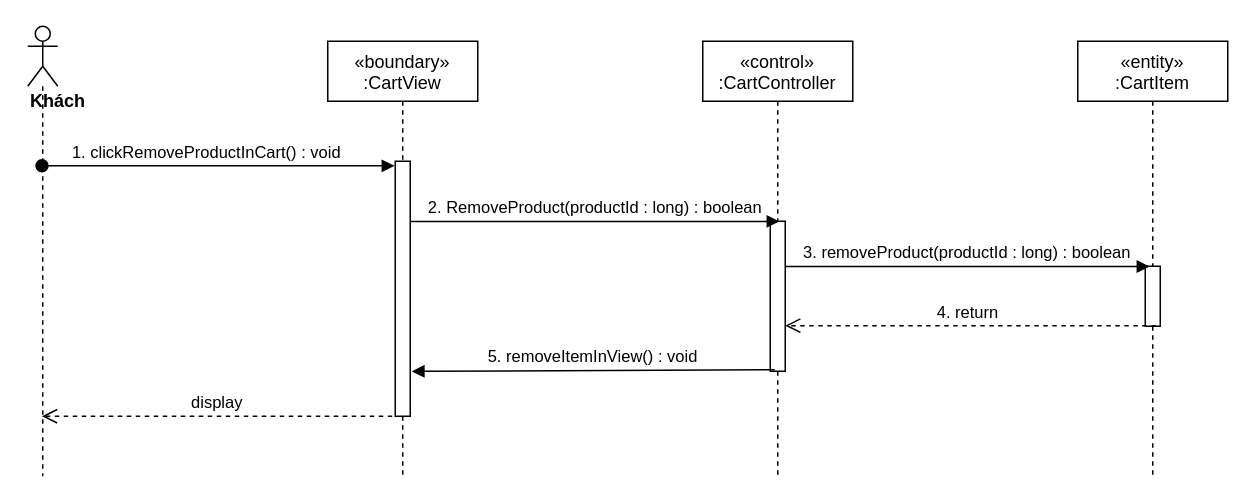
The draw.io diagram sequence diagram/remove-product-toCart-sequence.drawio in nguyenphamvan/datn_20202, before the edit. Source tidied: cells renumbered, new cells numbered last; positions are measured from the earlier drawing's top-left corner, leaving out a move shared by most shapes. Both pictures are drawn from the tidied source at 150%, with x=0, y=0 at pixel (27, 26).
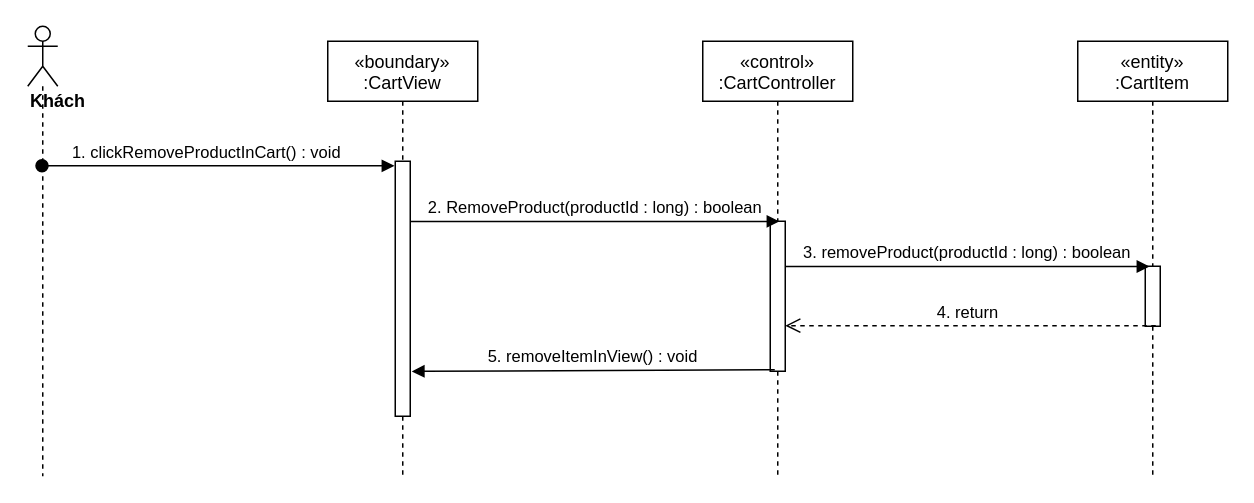
Above is the later version.

The edit, as a diff of the source:
```diff
@@
 <mxGraphModel>
   <root>
     <mxCell id="0" />
     <mxCell id="1" parent="0" />
     <mxCell id="2" value="«boundary»&#10;:CartView" style="shape=umlLifeline;perimeter=lifelinePerimeter;rounded=0;shadow=0;strokeWidth=1;" parent="1" vertex="1">
       <mxGeometry x="200" y="10" width="100" height="290" as="geometry" />
     </mxCell>
     <mxCell id="3" style="points=[];perimeter=orthogonalPerimeter;rounded=0;shadow=0;strokeWidth=1;" parent="2" vertex="1">
       <mxGeometry x="45" y="80" width="10" height="170" as="geometry" />
     </mxCell>
     <mxCell id="4" value="«control»&#10;:CartController" style="shape=umlLifeline;perimeter=lifelinePerimeter;rounded=0;shadow=0;strokeWidth=1;" parent="1" vertex="1">
       <mxGeometry x="450" y="10" width="100" height="290" as="geometry" />
     </mxCell>
     <mxCell id="5" style="points=[];perimeter=orthogonalPerimeter;rounded=0;shadow=0;strokeWidth=1;" parent="4" vertex="1">
       <mxGeometry x="45" y="120" width="10" height="100" as="geometry" />
     </mxCell>
     <mxCell id="6" value="&lt;div&gt;&lt;b&gt;Khách&lt;/b&gt;&lt;/div&gt;" style="shape=umlLifeline;participant=umlActor;perimeter=lifelinePerimeter;whiteSpace=wrap;html=1;verticalAlign=top;spacingTop=36;outlineConnect=0;align=left;" parent="1" vertex="1">
       <mxGeometry width="20" height="300" as="geometry" />
     </mxCell>
     <mxCell id="7" value="1. clickRemoveProductInCart() : void" style="verticalAlign=bottom;startArrow=oval;endArrow=block;startSize=8;shadow=0;strokeWidth=1;entryX=-0.05;entryY=0.018;entryDx=0;entryDy=0;entryPerimeter=0;" parent="1" edge="1" source="6" target="3">
       <mxGeometry x="-0.06" relative="1" as="geometry" />
     </mxCell>
     <mxCell id="8" value="«entity»&#10;:CartItem" style="shape=umlLifeline;perimeter=lifelinePerimeter;rounded=0;shadow=0;strokeWidth=1;" parent="1" vertex="1">
       <mxGeometry x="700" y="10" width="100" height="290" as="geometry" />
     </mxCell>
     <mxCell id="9" style="points=[];perimeter=orthogonalPerimeter;rounded=0;shadow=0;strokeWidth=1;" parent="8" vertex="1">
       <mxGeometry x="45" y="150" width="10" height="40" as="geometry" />
     </mxCell>
     <mxCell id="10" value="2. RemoveProduct(productId : long) : boolean" style="html=1;verticalAlign=bottom;endArrow=block;entryX=0.617;entryY=0.001;entryDx=0;entryDy=0;entryPerimeter=0;" parent="1" edge="1" source="3" target="5">
       <mxGeometry relative="1" as="geometry" />
     </mxCell>
     <mxCell id="11" value="3. removeProduct(productId : long) : boolean" style="html=1;verticalAlign=bottom;endArrow=block;entryX=0.283;entryY=0.004;entryDx=0;entryDy=0;entryPerimeter=0;" parent="1" edge="1" source="5" target="9">
       <mxGeometry relative="1" as="geometry" />
     </mxCell>
     <mxCell id="12" value="4. return&amp;nbsp;" style="html=1;verticalAlign=bottom;endArrow=open;dashed=1;endSize=8;exitX=0.7;exitY=0.99;exitDx=0;exitDy=0;exitPerimeter=0;" parent="1" edge="1" source="9" target="5">
       <mxGeometry relative="1" as="geometry" />
     </mxCell>
     <mxCell id="13" value="5. removeItemInView() : void" style="verticalAlign=bottom;endArrow=block;shadow=0;strokeWidth=1;entryX=1.1;entryY=0.824;entryDx=0;entryDy=0;entryPerimeter=0;exitX=0.3;exitY=0.99;exitDx=0;exitDy=0;exitPerimeter=0;" parent="1" edge="1" source="5" target="3">
       <mxGeometry relative="1" as="geometry" />
     </mxCell>
-    <mxCell id="14" value="display" style="html=1;verticalAlign=bottom;endArrow=open;dashed=1;endSize=8;exitX=-0.2;exitY=1;exitDx=0;exitDy=0;exitPerimeter=0;" parent="1" edge="1" source="3" target="6">
-      <mxGeometry relative="1" as="geometry" />
-    </mxCell>
   </root>
 </mxGraphModel>
```
